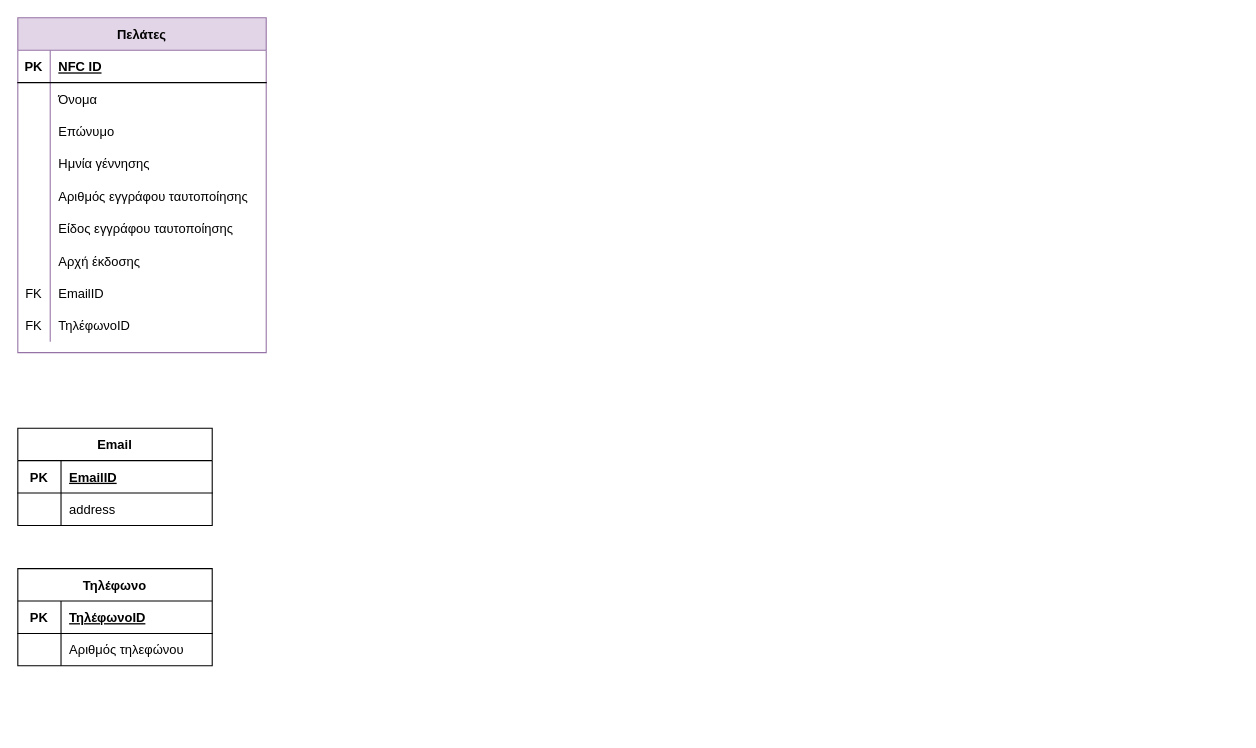
Earlier version of the draw.io diagram Untitled Diagram.drawio (jimk0099/Databases). Source tidied: cells renumbered, new cells numbered last; positions are measured from the earlier drawing's top-left corner, leaving out a move shared by most shapes. Both pictures are drawn from the tidied source at 108%, with x=0, y=0 at pixel (17, 17).
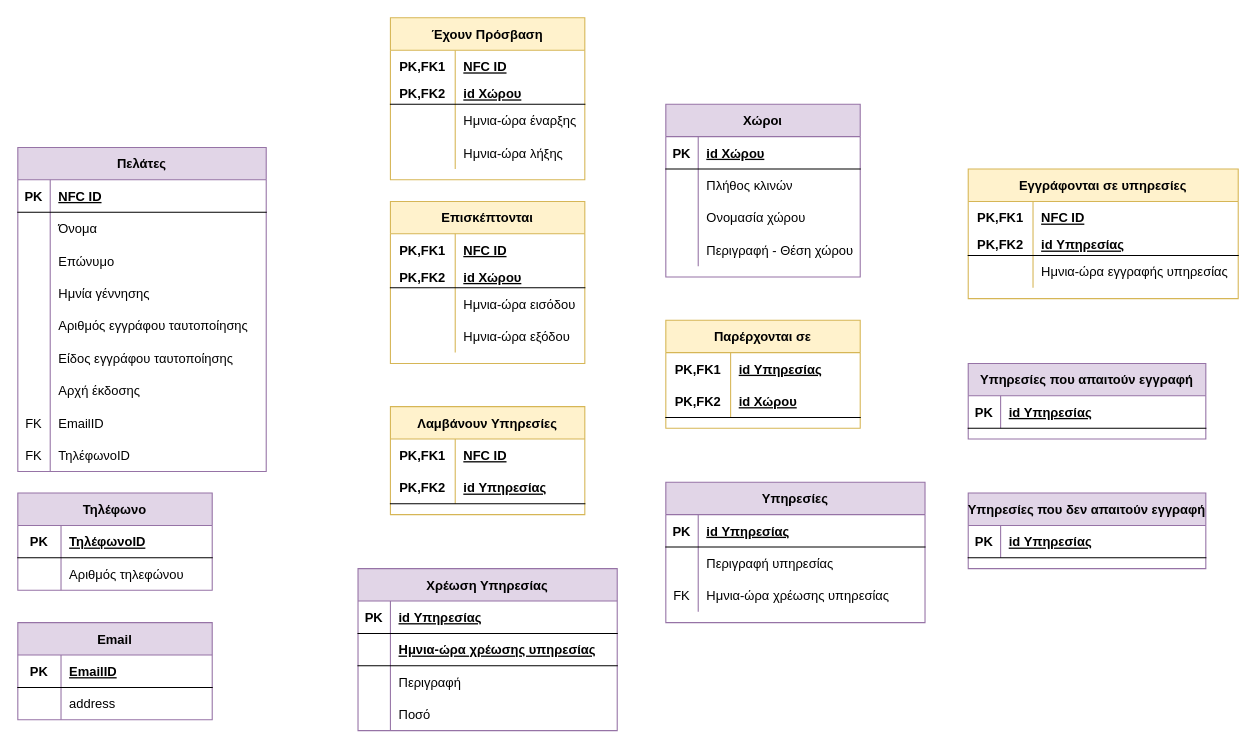
The same page after the edit.

The edit, as a diff of the source:
```diff
@@
     <mxCell id="2" value="Πελάτες" style="shape=table;startSize=30;childLayout=tableLayout;rowLines=0;fontStyle=1;align=center;fillColor=#e1d5e7;strokeColor=#9673a6;" parent="1" vertex="1">
-      <mxGeometry width="230" height="310" as="geometry" />
+      <mxGeometry y="120" width="230" height="300" as="geometry" />
     </mxCell>
@@
-    <mxCell id="30" value="Email" style="shape=table;startSize=30;childLayout=tableLayout;rowLines=0;fontStyle=1;align=center;" parent="1" vertex="1">
-      <mxGeometry y="380" width="180" height="90" as="geometry" />
+    <mxCell id="30" value="Email" style="shape=table;startSize=30;childLayout=tableLayout;rowLines=0;fontStyle=1;align=center;fillColor=#e1d5e7;strokeColor=#9673a6;" parent="1" vertex="1">
+      <mxGeometry y="560" width="180" height="90" as="geometry" />
     </mxCell>
@@
-    <mxCell id="37" value="Τηλέφωνο" style="shape=table;startSize=30;childLayout=tableLayout;rowLines=0;fontStyle=1;align=center;" parent="1" vertex="1">
-      <mxGeometry y="510" width="180" height="90" as="geometry" />
+    <mxCell id="37" value="Τηλέφωνο" style="shape=table;startSize=30;childLayout=tableLayout;rowLines=0;fontStyle=1;align=center;fillColor=#e1d5e7;strokeColor=#9673a6;" parent="1" vertex="1">
+      <mxGeometry y="440" width="180" height="90" as="geometry" />
     </mxCell>
@@
+    <mxCell id="44" value="Χώροι" style="shape=table;startSize=30;childLayout=tableLayout;rowLines=0;fontStyle=1;align=center;fillColor=#e1d5e7;strokeColor=#9673a6;" parent="1" vertex="1">
+      <mxGeometry x="600" y="80" width="180" height="160" as="geometry" />
+    </mxCell>
+    <mxCell id="45" style="shape=partialRectangle;fillColor=none;top=0;left=0;bottom=1;right=0;" parent="44" vertex="1">
+      <mxGeometry y="30" width="180" height="30" as="geometry" />
+    </mxCell>
+    <mxCell id="46" value="PK" style="shape=partialRectangle;fillColor=none;top=0;left=0;bottom=0;right=0;fontStyle=1;overflow=hidden;" parent="45" vertex="1">
+      <mxGeometry width="30" height="30" as="geometry" />
+    </mxCell>
+    <mxCell id="47" value="id Χώρου" style="shape=partialRectangle;fillColor=none;top=0;left=0;bottom=0;right=0;align=left;spacingLeft=6;fontStyle=5;overflow=hidden;" parent="45" vertex="1">
+      <mxGeometry x="30" width="150" height="30" as="geometry" />
+    </mxCell>
+    <mxCell id="48" style="shape=partialRectangle;fillColor=none;top=0;left=0;bottom=0;right=0;" parent="44" vertex="1">
+      <mxGeometry y="60" width="180" height="30" as="geometry" />
+    </mxCell>
+    <mxCell id="49" style="shape=partialRectangle;fillColor=none;top=0;left=0;bottom=0;right=0;overflow=hidden;" parent="48" vertex="1">
+      <mxGeometry width="30" height="30" as="geometry" />
+    </mxCell>
+    <mxCell id="50" value="Πλήθος κλινών" style="shape=partialRectangle;fillColor=none;top=0;left=0;bottom=0;right=0;align=left;spacingLeft=6;overflow=hidden;" parent="48" vertex="1">
+      <mxGeometry x="30" width="150" height="30" as="geometry" />
+    </mxCell>
+    <mxCell id="51" style="shape=partialRectangle;fillColor=none;top=0;left=0;bottom=0;right=0;" parent="44" vertex="1">
+      <mxGeometry y="90" width="180" height="30" as="geometry" />
+    </mxCell>
+    <mxCell id="52" style="shape=partialRectangle;fillColor=none;top=0;left=0;bottom=0;right=0;overflow=hidden;" parent="51" vertex="1">
+      <mxGeometry width="30" height="30" as="geometry" />
+    </mxCell>
+    <mxCell id="53" value="Ονομασία χώρου" style="shape=partialRectangle;fillColor=none;top=0;left=0;bottom=0;right=0;align=left;spacingLeft=6;overflow=hidden;" parent="51" vertex="1">
+      <mxGeometry x="30" width="150" height="30" as="geometry" />
+    </mxCell>
+    <mxCell id="54" style="shape=partialRectangle;fillColor=none;top=0;left=0;bottom=0;right=0;" parent="44" vertex="1">
+      <mxGeometry y="120" width="180" height="30" as="geometry" />
+    </mxCell>
+    <mxCell id="55" style="shape=partialRectangle;fillColor=none;top=0;left=0;bottom=0;right=0;overflow=hidden;" parent="54" vertex="1">
+      <mxGeometry width="30" height="30" as="geometry" />
+    </mxCell>
+    <mxCell id="56" value="Περιγραφή - Θέση χώρου" style="shape=partialRectangle;fillColor=none;top=0;left=0;bottom=0;right=0;align=left;spacingLeft=6;overflow=hidden;" parent="54" vertex="1">
+      <mxGeometry x="30" width="150" height="30" as="geometry" />
+    </mxCell>
+    <mxCell id="57" value="Υπηρεσίες" style="shape=table;startSize=30;childLayout=tableLayout;rowLines=0;fontStyle=1;align=center;fillColor=#e1d5e7;strokeColor=#9673a6;" parent="1" vertex="1">
+      <mxGeometry x="600" y="430" width="240" height="130" as="geometry" />
+    </mxCell>
+    <mxCell id="58" style="shape=partialRectangle;fillColor=none;top=0;left=0;bottom=1;right=0;" parent="57" vertex="1">
+      <mxGeometry y="30" width="240" height="30" as="geometry" />
+    </mxCell>
+    <mxCell id="59" value="PK" style="shape=partialRectangle;fillColor=none;top=0;left=0;bottom=0;right=0;fontStyle=1;overflow=hidden;" parent="58" vertex="1">
+      <mxGeometry width="30" height="30" as="geometry" />
+    </mxCell>
+    <mxCell id="60" value="id Υπηρεσίας" style="shape=partialRectangle;fillColor=none;top=0;left=0;bottom=0;right=0;align=left;spacingLeft=6;fontStyle=5;overflow=hidden;" parent="58" vertex="1">
+      <mxGeometry x="30" width="210" height="30" as="geometry" />
+    </mxCell>
+    <mxCell id="61" style="shape=partialRectangle;fillColor=none;top=0;left=0;bottom=0;right=0;" parent="57" vertex="1">
+      <mxGeometry y="60" width="240" height="30" as="geometry" />
+    </mxCell>
+    <mxCell id="62" style="shape=partialRectangle;fillColor=none;top=0;left=0;bottom=0;right=0;overflow=hidden;" parent="61" vertex="1">
+      <mxGeometry width="30" height="30" as="geometry" />
+    </mxCell>
+    <mxCell id="63" value="Περιγραφή υπηρεσίας" style="shape=partialRectangle;fillColor=none;top=0;left=0;bottom=0;right=0;align=left;spacingLeft=6;overflow=hidden;" parent="61" vertex="1">
+      <mxGeometry x="30" width="210" height="30" as="geometry" />
+    </mxCell>
+    <mxCell id="64" style="shape=partialRectangle;fillColor=none;top=0;left=0;bottom=0;right=0;" parent="57" vertex="1">
+      <mxGeometry y="90" width="240" height="30" as="geometry" />
+    </mxCell>
+    <mxCell id="65" value="FK" style="shape=partialRectangle;fillColor=none;top=0;left=0;bottom=0;right=0;fontStyle=0;overflow=hidden;" parent="64" vertex="1">
+      <mxGeometry width="30" height="30" as="geometry" />
+    </mxCell>
+    <mxCell id="66" value="Ημνια-ώρα χρέωσης υπηρεσίας" style="shape=partialRectangle;fillColor=none;top=0;left=0;bottom=0;right=0;align=left;spacingLeft=6;fontStyle=0;overflow=hidden;" parent="64" vertex="1">
+      <mxGeometry x="30" width="210" height="30" as="geometry" />
+    </mxCell>
+    <mxCell id="67" value="Υπηρεσίες που απαιτούν εγγραφή" style="shape=table;startSize=30;childLayout=tableLayout;rowLines=0;fontStyle=1;align=center;fillColor=#e1d5e7;strokeColor=#9673a6;" parent="1" vertex="1">
+      <mxGeometry x="880" y="320" width="220" height="70" as="geometry" />
+    </mxCell>
+    <mxCell id="68" style="shape=partialRectangle;fillColor=none;top=0;left=0;bottom=1;right=0;" parent="67" vertex="1">
+      <mxGeometry y="30" width="220" height="30" as="geometry" />
+    </mxCell>
+    <mxCell id="69" value="PK" style="shape=partialRectangle;fillColor=none;top=0;left=0;bottom=0;right=0;fontStyle=1;overflow=hidden;" parent="68" vertex="1">
+      <mxGeometry width="30" height="30" as="geometry" />
+    </mxCell>
+    <mxCell id="70" value="id Υπηρεσίας" style="shape=partialRectangle;fillColor=none;top=0;left=0;bottom=0;right=0;align=left;spacingLeft=6;fontStyle=5;overflow=hidden;" parent="68" vertex="1">
+      <mxGeometry x="30" width="190" height="30" as="geometry" />
+    </mxCell>
+    <mxCell id="71" value="Υπηρεσίες που δεν απαιτούν εγγραφή" style="shape=table;startSize=30;childLayout=tableLayout;rowLines=0;fontStyle=1;align=center;fillColor=#e1d5e7;strokeColor=#9673a6;" parent="1" vertex="1">
+      <mxGeometry x="880" y="440" width="220" height="70" as="geometry" />
+    </mxCell>
+    <mxCell id="72" style="shape=partialRectangle;fillColor=none;top=0;left=0;bottom=1;right=0;" parent="71" vertex="1">
+      <mxGeometry y="30" width="220" height="30" as="geometry" />
+    </mxCell>
+    <mxCell id="73" value="PK" style="shape=partialRectangle;fillColor=none;top=0;left=0;bottom=0;right=0;fontStyle=1;overflow=hidden;" parent="72" vertex="1">
+      <mxGeometry width="30" height="30" as="geometry" />
+    </mxCell>
+    <mxCell id="74" value="id Υπηρεσίας" style="shape=partialRectangle;fillColor=none;top=0;left=0;bottom=0;right=0;align=left;spacingLeft=6;fontStyle=5;overflow=hidden;" parent="72" vertex="1">
+      <mxGeometry x="30" width="190" height="30" as="geometry" />
+    </mxCell>
+    <mxCell id="75" value="Χρέωση Υπηρεσίας" style="shape=table;startSize=30;childLayout=tableLayout;rowLines=0;fontStyle=1;align=center;fillColor=#e1d5e7;strokeColor=#9673a6;" parent="1" vertex="1">
+      <mxGeometry x="315" y="510" width="240" height="150" as="geometry" />
+    </mxCell>
+    <mxCell id="76" style="shape=partialRectangle;fillColor=none;top=0;left=0;bottom=1;right=0;" parent="75" vertex="1">
+      <mxGeometry y="30" width="240" height="30" as="geometry" />
+    </mxCell>
+    <mxCell id="77" value="PK" style="shape=partialRectangle;fillColor=none;top=0;left=0;bottom=0;right=0;fontStyle=1;overflow=hidden;" parent="76" vertex="1">
+      <mxGeometry width="30" height="30" as="geometry" />
+    </mxCell>
+    <mxCell id="78" value="id Υπηρεσίας" style="shape=partialRectangle;fillColor=none;top=0;left=0;bottom=0;right=0;align=left;spacingLeft=6;fontStyle=5;overflow=hidden;" parent="76" vertex="1">
+      <mxGeometry x="30" width="210" height="30" as="geometry" />
+    </mxCell>
+    <mxCell id="79" style="shape=partialRectangle;fillColor=none;top=0;left=0;bottom=1;right=0;" parent="75" vertex="1">
+      <mxGeometry y="60" width="240" height="30" as="geometry" />
+    </mxCell>
+    <mxCell id="80" style="shape=partialRectangle;fillColor=none;top=0;left=0;bottom=0;right=0;fontStyle=1;overflow=hidden;" parent="79" vertex="1">
+      <mxGeometry width="30" height="30" as="geometry" />
+    </mxCell>
+    <mxCell id="81" value="Ημνια-ώρα χρέωσης υπηρεσίας" style="shape=partialRectangle;fillColor=none;top=0;left=0;bottom=0;right=0;align=left;spacingLeft=6;fontStyle=5;overflow=hidden;" parent="79" vertex="1">
+      <mxGeometry x="30" width="210" height="30" as="geometry" />
+    </mxCell>
+    <mxCell id="82" style="shape=partialRectangle;fillColor=none;top=0;left=0;bottom=0;right=0;" parent="75" vertex="1">
+      <mxGeometry y="90" width="240" height="30" as="geometry" />
+    </mxCell>
+    <mxCell id="83" style="shape=partialRectangle;fillColor=none;top=0;left=0;bottom=0;right=0;overflow=hidden;" parent="82" vertex="1">
+      <mxGeometry width="30" height="30" as="geometry" />
+    </mxCell>
+    <mxCell id="84" value="Περιγραφή" style="shape=partialRectangle;fillColor=none;top=0;left=0;bottom=0;right=0;align=left;spacingLeft=6;overflow=hidden;" parent="82" vertex="1">
+      <mxGeometry x="30" width="210" height="30" as="geometry" />
+    </mxCell>
+    <mxCell id="85" style="shape=partialRectangle;fillColor=none;top=0;left=0;bottom=0;right=0;" parent="75" vertex="1">
+      <mxGeometry y="120" width="240" height="30" as="geometry" />
+    </mxCell>
+    <mxCell id="86" style="shape=partialRectangle;fillColor=none;top=0;left=0;bottom=0;right=0;overflow=hidden;" parent="85" vertex="1">
+      <mxGeometry width="30" height="30" as="geometry" />
+    </mxCell>
+    <mxCell id="87" value="Ποσό" style="shape=partialRectangle;fillColor=none;top=0;left=0;bottom=0;right=0;align=left;spacingLeft=6;overflow=hidden;" parent="85" vertex="1">
+      <mxGeometry x="30" width="210" height="30" as="geometry" />
+    </mxCell>
+    <mxCell id="88" value="Λαμβάνουν Υπηρεσίες" style="shape=table;startSize=30;childLayout=tableLayout;rowLines=0;fontStyle=1;align=center;fillColor=#fff2cc;strokeColor=#d6b656;" parent="1" vertex="1">
+      <mxGeometry x="345" y="360" width="180" height="100" as="geometry" />
+    </mxCell>
+    <mxCell id="89" style="shape=partialRectangle;fillColor=none;top=0;left=0;bottom=0;right=0;" parent="88" vertex="1">
+      <mxGeometry y="30" width="180" height="30" as="geometry" />
+    </mxCell>
+    <mxCell id="90" value="PK,FK1" style="shape=partialRectangle;fillColor=none;top=0;left=0;bottom=0;right=0;fontStyle=1;overflow=hidden;" parent="89" vertex="1">
+      <mxGeometry width="60" height="30" as="geometry" />
+    </mxCell>
+    <mxCell id="91" value="NFC ID" style="shape=partialRectangle;fillColor=none;top=0;left=0;bottom=0;right=0;align=left;spacingLeft=6;fontStyle=5;overflow=hidden;" parent="89" vertex="1">
+      <mxGeometry x="60" width="120" height="30" as="geometry" />
+    </mxCell>
+    <mxCell id="92" style="shape=partialRectangle;fillColor=none;top=0;left=0;bottom=1;right=0;" parent="88" vertex="1">
+      <mxGeometry y="60" width="180" height="30" as="geometry" />
+    </mxCell>
+    <mxCell id="93" value="PK,FK2" style="shape=partialRectangle;fillColor=none;top=0;left=0;bottom=0;right=0;fontStyle=1;overflow=hidden;" parent="92" vertex="1">
+      <mxGeometry width="60" height="30" as="geometry" />
+    </mxCell>
+    <mxCell id="94" value="id Υπηρεσίας" style="shape=partialRectangle;fillColor=none;top=0;left=0;bottom=0;right=0;align=left;spacingLeft=6;fontStyle=5;overflow=hidden;" parent="92" vertex="1">
+      <mxGeometry x="60" width="120" height="30" as="geometry" />
+    </mxCell>
+    <mxCell id="95" value="Παρέρχονται σε" style="shape=table;startSize=30;childLayout=tableLayout;rowLines=0;fontStyle=1;align=center;fillColor=#fff2cc;strokeColor=#d6b656;" parent="1" vertex="1">
+      <mxGeometry x="600" y="280" width="180" height="100" as="geometry" />
+    </mxCell>
+    <mxCell id="96" style="shape=partialRectangle;fillColor=none;top=0;left=0;bottom=0;right=0;" parent="95" vertex="1">
+      <mxGeometry y="30" width="180" height="30" as="geometry" />
+    </mxCell>
+    <mxCell id="97" value="PK,FK1" style="shape=partialRectangle;fillColor=none;top=0;left=0;bottom=0;right=0;fontStyle=1;overflow=hidden;" parent="96" vertex="1">
+      <mxGeometry width="60" height="30" as="geometry" />
+    </mxCell>
+    <mxCell id="98" value="id Υπηρεσίας" style="shape=partialRectangle;fillColor=none;top=0;left=0;bottom=0;right=0;align=left;spacingLeft=6;fontStyle=5;overflow=hidden;" parent="96" vertex="1">
+      <mxGeometry x="60" width="120" height="30" as="geometry" />
+    </mxCell>
+    <mxCell id="99" style="shape=partialRectangle;fillColor=none;top=0;left=0;bottom=1;right=0;" parent="95" vertex="1">
+      <mxGeometry y="60" width="180" height="30" as="geometry" />
+    </mxCell>
+    <mxCell id="100" value="PK,FK2" style="shape=partialRectangle;fillColor=none;top=0;left=0;bottom=0;right=0;fontStyle=1;overflow=hidden;" parent="99" vertex="1">
+      <mxGeometry width="60" height="30" as="geometry" />
+    </mxCell>
+    <mxCell id="101" value="id Χώρου" style="shape=partialRectangle;fillColor=none;top=0;left=0;bottom=0;right=0;align=left;spacingLeft=6;fontStyle=5;overflow=hidden;" parent="99" vertex="1">
+      <mxGeometry x="60" width="120" height="30" as="geometry" />
+    </mxCell>
+    <mxCell id="102" value="Έχουν Πρόσβαση" style="shape=table;startSize=30;childLayout=tableLayout;rowLines=0;fontStyle=1;align=center;fillColor=#fff2cc;strokeColor=#d6b656;" parent="1" vertex="1">
+      <mxGeometry x="345" width="180" height="150" as="geometry" />
+    </mxCell>
+    <mxCell id="103" style="shape=partialRectangle;fillColor=none;top=0;left=0;bottom=0;right=0;" parent="102" vertex="1">
+      <mxGeometry y="30" width="180" height="30" as="geometry" />
+    </mxCell>
+    <mxCell id="104" value="PK,FK1" style="shape=partialRectangle;fillColor=none;top=0;left=0;bottom=0;right=0;fontStyle=1;overflow=hidden;" parent="103" vertex="1">
+      <mxGeometry width="60" height="30" as="geometry" />
+    </mxCell>
+    <mxCell id="105" value="NFC ID" style="shape=partialRectangle;fillColor=none;top=0;left=0;bottom=0;right=0;align=left;spacingLeft=6;fontStyle=5;overflow=hidden;" parent="103" vertex="1">
+      <mxGeometry x="60" width="120" height="30" as="geometry" />
+    </mxCell>
+    <mxCell id="106" style="shape=partialRectangle;fillColor=none;top=0;left=0;bottom=1;right=0;" parent="102" vertex="1">
+      <mxGeometry y="60" width="180" height="20" as="geometry" />
+    </mxCell>
+    <mxCell id="107" value="PK,FK2" style="shape=partialRectangle;fillColor=none;top=0;left=0;bottom=0;right=0;fontStyle=1;overflow=hidden;" parent="106" vertex="1">
+      <mxGeometry width="60" height="20" as="geometry" />
+    </mxCell>
+    <mxCell id="108" value="id Χώρου" style="shape=partialRectangle;fillColor=none;top=0;left=0;bottom=0;right=0;align=left;spacingLeft=6;fontStyle=5;overflow=hidden;" parent="106" vertex="1">
+      <mxGeometry x="60" width="120" height="20" as="geometry" />
+    </mxCell>
+    <mxCell id="109" style="shape=partialRectangle;fillColor=none;top=0;left=0;bottom=0;right=0;" parent="102" vertex="1">
+      <mxGeometry y="80" width="180" height="30" as="geometry" />
+    </mxCell>
+    <mxCell id="110" style="shape=partialRectangle;fillColor=none;top=0;left=0;bottom=0;right=0;overflow=hidden;" parent="109" vertex="1">
+      <mxGeometry width="60" height="30" as="geometry" />
+    </mxCell>
+    <mxCell id="111" value="Ημνια-ώρα έναρξης" style="shape=partialRectangle;fillColor=none;top=0;left=0;bottom=0;right=0;align=left;spacingLeft=6;overflow=hidden;" parent="109" vertex="1">
+      <mxGeometry x="60" width="120" height="30" as="geometry" />
+    </mxCell>
+    <mxCell id="112" style="shape=partialRectangle;fillColor=none;top=0;left=0;bottom=0;right=0;" parent="102" vertex="1">
+      <mxGeometry y="110" width="180" height="30" as="geometry" />
+    </mxCell>
+    <mxCell id="113" style="shape=partialRectangle;fillColor=none;top=0;left=0;bottom=0;right=0;overflow=hidden;" parent="112" vertex="1">
+      <mxGeometry width="60" height="30" as="geometry" />
+    </mxCell>
+    <mxCell id="114" value="Ημνια-ώρα λήξης" style="shape=partialRectangle;fillColor=none;top=0;left=0;bottom=0;right=0;align=left;spacingLeft=6;overflow=hidden;" parent="112" vertex="1">
+      <mxGeometry x="60" width="120" height="30" as="geometry" />
+    </mxCell>
+    <mxCell id="115" value="Επισκέπτονται" style="shape=table;startSize=30;childLayout=tableLayout;rowLines=0;fontStyle=1;align=center;fillColor=#fff2cc;strokeColor=#d6b656;" parent="1" vertex="1">
+      <mxGeometry x="345" y="170" width="180" height="150" as="geometry" />
+    </mxCell>
+    <mxCell id="116" style="shape=partialRectangle;fillColor=none;top=0;left=0;bottom=0;right=0;" parent="115" vertex="1">
+      <mxGeometry y="30" width="180" height="30" as="geometry" />
+    </mxCell>
+    <mxCell id="117" value="PK,FK1" style="shape=partialRectangle;fillColor=none;top=0;left=0;bottom=0;right=0;fontStyle=1;overflow=hidden;" parent="116" vertex="1">
+      <mxGeometry width="60" height="30" as="geometry" />
+    </mxCell>
+    <mxCell id="118" value="NFC ID" style="shape=partialRectangle;fillColor=none;top=0;left=0;bottom=0;right=0;align=left;spacingLeft=6;fontStyle=5;overflow=hidden;" parent="116" vertex="1">
+      <mxGeometry x="60" width="120" height="30" as="geometry" />
+    </mxCell>
+    <mxCell id="119" style="shape=partialRectangle;fillColor=none;top=0;left=0;bottom=1;right=0;" parent="115" vertex="1">
+      <mxGeometry y="60" width="180" height="20" as="geometry" />
+    </mxCell>
+    <mxCell id="120" value="PK,FK2" style="shape=partialRectangle;fillColor=none;top=0;left=0;bottom=0;right=0;fontStyle=1;overflow=hidden;" parent="119" vertex="1">
+      <mxGeometry width="60" height="20" as="geometry" />
+    </mxCell>
+    <mxCell id="121" value="id Χώρου" style="shape=partialRectangle;fillColor=none;top=0;left=0;bottom=0;right=0;align=left;spacingLeft=6;fontStyle=5;overflow=hidden;" parent="119" vertex="1">
+      <mxGeometry x="60" width="120" height="20" as="geometry" />
+    </mxCell>
+    <mxCell id="122" style="shape=partialRectangle;fillColor=none;top=0;left=0;bottom=0;right=0;" parent="115" vertex="1">
+      <mxGeometry y="80" width="180" height="30" as="geometry" />
+    </mxCell>
+    <mxCell id="123" style="shape=partialRectangle;fillColor=none;top=0;left=0;bottom=0;right=0;overflow=hidden;" parent="122" vertex="1">
+      <mxGeometry width="60" height="30" as="geometry" />
+    </mxCell>
+    <mxCell id="124" value="Ημνια-ώρα εισόδου" style="shape=partialRectangle;fillColor=none;top=0;left=0;bottom=0;right=0;align=left;spacingLeft=6;overflow=hidden;" parent="122" vertex="1">
+      <mxGeometry x="60" width="120" height="30" as="geometry" />
+    </mxCell>
+    <mxCell id="125" style="shape=partialRectangle;fillColor=none;top=0;left=0;bottom=0;right=0;" parent="115" vertex="1">
+      <mxGeometry y="110" width="180" height="30" as="geometry" />
+    </mxCell>
+    <mxCell id="126" style="shape=partialRectangle;fillColor=none;top=0;left=0;bottom=0;right=0;overflow=hidden;" parent="125" vertex="1">
+      <mxGeometry width="60" height="30" as="geometry" />
+    </mxCell>
+    <mxCell id="127" value="Ημνια-ώρα εξόδου" style="shape=partialRectangle;fillColor=none;top=0;left=0;bottom=0;right=0;align=left;spacingLeft=6;overflow=hidden;" parent="125" vertex="1">
+      <mxGeometry x="60" width="120" height="30" as="geometry" />
+    </mxCell>
+    <mxCell id="128" value="Εγγράφονται σε υπηρεσίες" style="shape=table;startSize=30;childLayout=tableLayout;rowLines=0;fontStyle=1;align=center;fillColor=#fff2cc;strokeColor=#d6b656;" parent="1" vertex="1">
+      <mxGeometry x="880" y="140" width="250" height="120" as="geometry" />
+    </mxCell>
+    <mxCell id="129" style="shape=partialRectangle;fillColor=none;top=0;left=0;bottom=0;right=0;" parent="128" vertex="1">
+      <mxGeometry y="30" width="250" height="30" as="geometry" />
+    </mxCell>
+    <mxCell id="130" value="PK,FK1" style="shape=partialRectangle;fillColor=none;top=0;left=0;bottom=0;right=0;fontStyle=1;overflow=hidden;" parent="129" vertex="1">
+      <mxGeometry width="60" height="30" as="geometry" />
+    </mxCell>
+    <mxCell id="131" value="NFC ID" style="shape=partialRectangle;fillColor=none;top=0;left=0;bottom=0;right=0;align=left;spacingLeft=6;fontStyle=5;overflow=hidden;" parent="129" vertex="1">
+      <mxGeometry x="60" width="190" height="30" as="geometry" />
+    </mxCell>
+    <mxCell id="132" style="shape=partialRectangle;fillColor=none;top=0;left=0;bottom=1;right=0;" parent="128" vertex="1">
+      <mxGeometry y="60" width="250" height="20" as="geometry" />
+    </mxCell>
+    <mxCell id="133" value="PK,FK2" style="shape=partialRectangle;fillColor=none;top=0;left=0;bottom=0;right=0;fontStyle=1;overflow=hidden;" parent="132" vertex="1">
+      <mxGeometry width="60" height="20" as="geometry" />
+    </mxCell>
+    <mxCell id="134" value="id Υπηρεσίας" style="shape=partialRectangle;fillColor=none;top=0;left=0;bottom=0;right=0;align=left;spacingLeft=6;fontStyle=5;overflow=hidden;" parent="132" vertex="1">
+      <mxGeometry x="60" width="190" height="20" as="geometry" />
+    </mxCell>
+    <mxCell id="135" style="shape=partialRectangle;fillColor=none;top=0;left=0;bottom=0;right=0;" parent="128" vertex="1">
+      <mxGeometry y="80" width="250" height="30" as="geometry" />
+    </mxCell>
+    <mxCell id="136" style="shape=partialRectangle;fillColor=none;top=0;left=0;bottom=0;right=0;overflow=hidden;" parent="135" vertex="1">
+      <mxGeometry width="60" height="30" as="geometry" />
+    </mxCell>
+    <mxCell id="137" value="Ημνια-ώρα εγγραφής υπηρεσίας" style="shape=partialRectangle;fillColor=none;top=0;left=0;bottom=0;right=0;align=left;spacingLeft=6;overflow=hidden;" parent="135" vertex="1">
+      <mxGeometry x="60" width="190" height="30" as="geometry" />
+    </mxCell>
```
